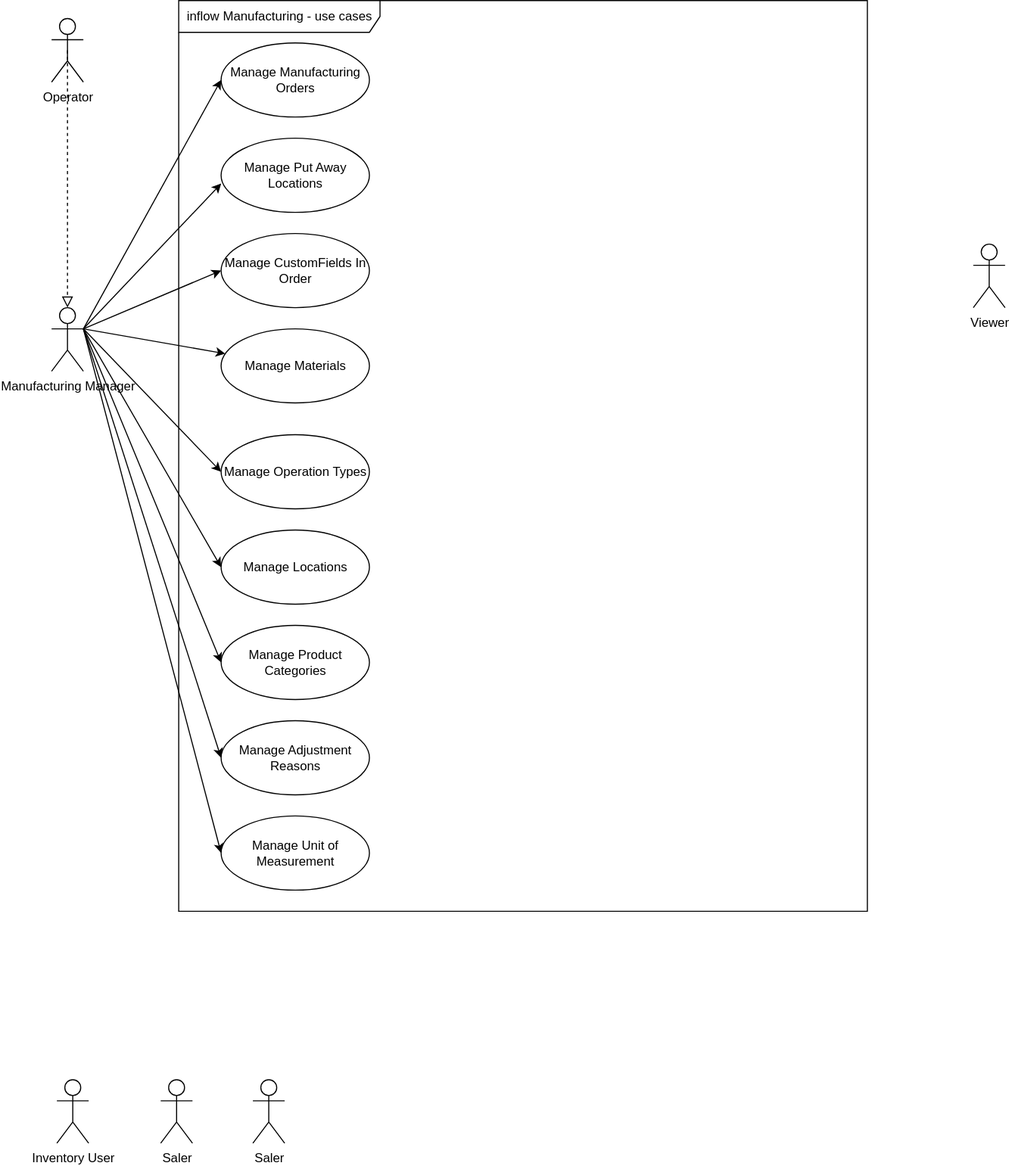
Earlier version of the draw.io export Document/inflowManufacturing/inFlowManufacturing_ManufacturingModule.drawio.svg (khoado-dev/YPP4-KhoaDo). Source tidied: cells renumbered, new cells last; positions are measured from the earlier drawing's top-left corner, leaving out a move shared by most shapes.
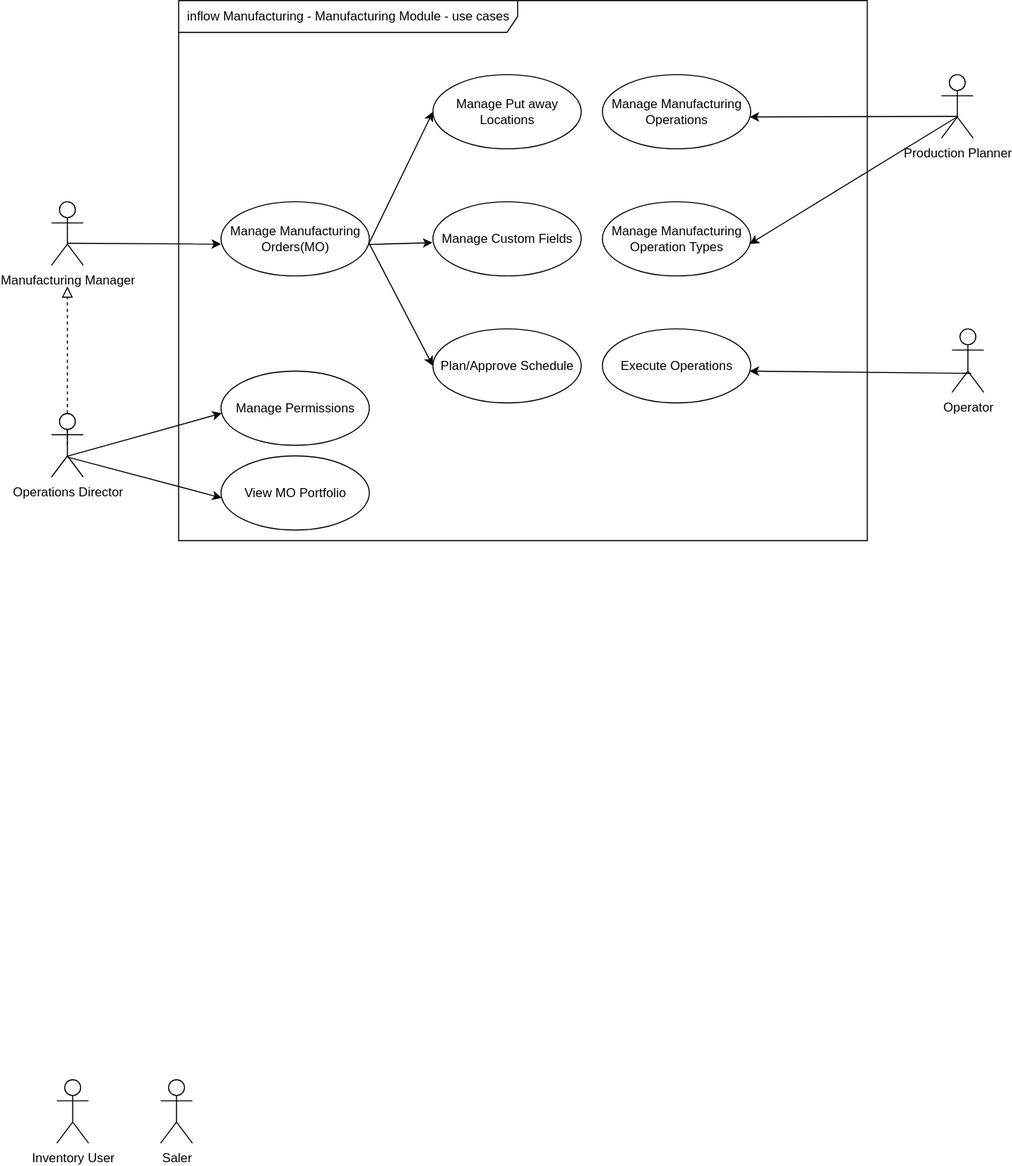
After the commit.

Commit message:
modified: update usecase has 4 roles and 8 usecases

What changed in the source:
```diff
@@ -2,83 +2,85 @@
   <root>
     <mxCell id="0" />
     <mxCell id="1" parent="0" />
-    <mxCell id="2" value="inflow Manufacturing - use cases" style="shape=umlFrame;whiteSpace=wrap;html=1;width=190;height=30;" parent="1" vertex="1">
-      <mxGeometry x="120" width="650" height="860" as="geometry" />
+    <mxCell id="2" value="inflow Manufacturing - Manufacturing Module&lt;span style=&quot;background-color: transparent; color: light-dark(rgb(0, 0, 0), rgb(255, 255, 255));&quot;&gt;&amp;nbsp;- use cases&lt;/span&gt;" style="shape=umlFrame;whiteSpace=wrap;html=1;width=320;height=30;" parent="1" vertex="1">
+      <mxGeometry x="120" width="650" height="510" as="geometry" />
     </mxCell>
-    <mxCell id="3" style="rounded=0;jettySize=auto;html=1;exitX=1;exitY=0.3333333333333333;exitDx=0;exitDy=0;exitPerimeter=0;entryX=0;entryY=0.5;entryDx=0;entryDy=0;" parent="1" edge="1" source="11" target="12">
+    <mxCell id="3" style="rounded=0;jettySize=auto;html=1;exitX=0.508;exitY=0.655;exitDx=0;exitDy=0;exitPerimeter=0;entryX=0.992;entryY=0.57;entryDx=0;entryDy=0;entryPerimeter=0;" parent="1" edge="1" source="21" target="12">
       <mxGeometry relative="1" as="geometry" />
     </mxCell>
-    <mxCell id="4" style="rounded=0;jettySize=auto;html=1;exitX=1;exitY=0.3333333333333333;exitDx=0;exitDy=0;exitPerimeter=0;entryX=0;entryY=0.5;entryDx=0;entryDy=0;" parent="1" edge="1" source="11" target="14">
-      <mxGeometry relative="1" as="geometry" />
-    </mxCell>
-    <mxCell id="5" style="rounded=0;jettySize=auto;html=1;exitX=1;exitY=0.3333333333333333;exitDx=0;exitDy=0;exitPerimeter=0;" parent="1" edge="1" source="11" target="15">
-      <mxGeometry relative="1" as="geometry" />
-    </mxCell>
-    <mxCell id="6" style="rounded=0;jettySize=auto;html=1;exitX=1;exitY=0.3333333333333333;exitDx=0;exitDy=0;exitPerimeter=0;entryX=0;entryY=0.5;entryDx=0;entryDy=0;" parent="1" edge="1" source="11" target="16">
+    <mxCell id="6" style="rounded=0;jettySize=auto;html=1;exitX=0.502;exitY=0.67;exitDx=0;exitDy=0;exitPerimeter=0;entryX=0.005;entryY=0.567;entryDx=0;entryDy=0;entryPerimeter=0;" parent="1" edge="1" source="27" target="28">
       <mxGeometry relative="1" as="geometry" />
     </mxCell>
-    <mxCell id="7" style="rounded=0;jettySize=auto;html=1;exitX=1;exitY=0.3333333333333333;exitDx=0;exitDy=0;exitPerimeter=0;entryX=0;entryY=0.5;entryDx=0;entryDy=0;" parent="1" edge="1" source="11" target="17">
-      <mxGeometry relative="1" as="geometry" />
-    </mxCell>
-    <mxCell id="8" style="rounded=0;jettySize=auto;html=1;exitX=1;exitY=0.3333333333333333;exitDx=0;exitDy=0;exitPerimeter=0;entryX=0;entryY=0.5;entryDx=0;entryDy=0;" parent="1" edge="1" source="11" target="18">
-      <mxGeometry relative="1" as="geometry" />
-    </mxCell>
-    <mxCell id="9" style="rounded=0;jettySize=auto;html=1;exitX=1;exitY=0.3333333333333333;exitDx=0;exitDy=0;exitPerimeter=0;entryX=0;entryY=0.5;entryDx=0;entryDy=0;" parent="1" edge="1" source="11" target="19">
-      <mxGeometry relative="1" as="geometry" />
-    </mxCell>
-    <mxCell id="10" style="rounded=0;jettySize=auto;html=1;exitX=1;exitY=0.3333333333333333;exitDx=0;exitDy=0;exitPerimeter=0;entryX=0;entryY=0.5;entryDx=0;entryDy=0;" parent="1" edge="1" source="11" target="20">
-      <mxGeometry relative="1" as="geometry" />
-    </mxCell>
     <mxCell id="11" value="Manufacturing Manager" style="shape=umlActor;verticalLabelPosition=bottom;verticalAlign=top;html=1;" parent="1" vertex="1">
-      <mxGeometry y="290" width="30" height="60" as="geometry" />
+      <mxGeometry y="190" width="30" height="60" as="geometry" />
     </mxCell>
-    <mxCell id="12" value="&lt;div&gt;Manage Manufacturing Orders&lt;/div&gt;" style="ellipse;whiteSpace=wrap;html=1;" parent="1" vertex="1">
-      <mxGeometry x="160" y="40" width="140" height="70" as="geometry" />
+    <mxCell id="12" value="&lt;div&gt;Manage&amp;nbsp;Manufacturing  Operations&lt;/div&gt;" style="ellipse;whiteSpace=wrap;html=1;" parent="1" vertex="1">
+      <mxGeometry x="520" y="70" width="140" height="70" as="geometry" />
     </mxCell>
-    <mxCell id="13" value="&lt;div&gt;Manage Put Away Locations&lt;/div&gt;" style="ellipse;whiteSpace=wrap;html=1;" parent="1" vertex="1">
-      <mxGeometry x="160" y="130" width="140" height="70" as="geometry" />
-    </mxCell>
-    <mxCell id="14" value="&lt;div&gt;Manage CustomFields In Order&lt;/div&gt;" style="ellipse;whiteSpace=wrap;html=1;" parent="1" vertex="1">
-      <mxGeometry x="160" y="220" width="140" height="70" as="geometry" />
-    </mxCell>
-    <mxCell id="15" value="&lt;div&gt;Manage Materials&lt;/div&gt;" style="ellipse;whiteSpace=wrap;html=1;" parent="1" vertex="1">
-      <mxGeometry x="160" y="310" width="140" height="70" as="geometry" />
-    </mxCell>
-    <mxCell id="16" value="&lt;div&gt;Manage Operation Types&lt;/div&gt;" style="ellipse;whiteSpace=wrap;html=1;" parent="1" vertex="1">
-      <mxGeometry x="160" y="410" width="140" height="70" as="geometry" />
-    </mxCell>
-    <mxCell id="17" value="&lt;div&gt;Manage Locations&lt;/div&gt;" style="ellipse;whiteSpace=wrap;html=1;" parent="1" vertex="1">
-      <mxGeometry x="160" y="500" width="140" height="70" as="geometry" />
-    </mxCell>
-    <mxCell id="18" value="&lt;div&gt;Manage Product Categories&lt;/div&gt;" style="ellipse;whiteSpace=wrap;html=1;" parent="1" vertex="1">
-      <mxGeometry x="160" y="590" width="140" height="70" as="geometry" />
-    </mxCell>
-    <mxCell id="19" value="&lt;div&gt;Manage Adjustment Reasons&lt;/div&gt;" style="ellipse;whiteSpace=wrap;html=1;" parent="1" vertex="1">
-      <mxGeometry x="160" y="680" width="140" height="70" as="geometry" />
-    </mxCell>
-    <mxCell id="20" value="&lt;div&gt;Manage Unit of Measurement&lt;/div&gt;" style="ellipse;whiteSpace=wrap;html=1;" parent="1" vertex="1">
-      <mxGeometry x="160" y="770" width="140" height="70" as="geometry" />
-    </mxCell>
-    <mxCell id="21" value="Viewer" style="shape=umlActor;verticalLabelPosition=bottom;verticalAlign=top;html=1;" parent="1" vertex="1">
-      <mxGeometry x="870" y="230" width="30" height="60" as="geometry" />
+    <mxCell id="21" value="Production Planner" style="shape=umlActor;verticalLabelPosition=bottom;verticalAlign=top;html=1;" parent="1" vertex="1">
+      <mxGeometry x="840" y="70" width="30" height="60" as="geometry" />
     </mxCell>
-    <mxCell id="22" style="rounded=0;jettySize=auto;html=1;exitX=1;exitY=0.3333333333333333;exitDx=0;exitDy=0;exitPerimeter=0;entryX=0.001;entryY=0.611;entryDx=0;entryDy=0;entryPerimeter=0;" parent="1" edge="1" source="11" target="13">
-      <mxGeometry relative="1" as="geometry" />
-    </mxCell>
     <mxCell id="23" value="Inventory User" style="shape=umlActor;verticalLabelPosition=bottom;verticalAlign=top;html=1;" parent="1" vertex="1">
       <mxGeometry x="5" y="1019" width="30" height="60" as="geometry" />
     </mxCell>
     <mxCell id="24" value="Saler" style="shape=umlActor;verticalLabelPosition=bottom;verticalAlign=top;html=1;" parent="1" vertex="1">
       <mxGeometry x="103" y="1019" width="30" height="60" as="geometry" />
     </mxCell>
-    <mxCell id="25" value="Saler" style="shape=umlActor;verticalLabelPosition=bottom;verticalAlign=top;html=1;" parent="1" vertex="1">
-      <mxGeometry x="190" y="1019" width="30" height="60" as="geometry" />
-    </mxCell>
-    <mxCell id="26" style="endArrow=block;startArrow=none;endFill=0;startFill=0;endSize=8;html=1;verticalAlign=bottom;dashed=1;labelBackgroundColor=none;rounded=0;exitX=0.5;exitY=0.5;exitDx=0;exitDy=0;exitPerimeter=0;entryX=0.5;entryY=0;entryDx=0;entryDy=0;entryPerimeter=0;" parent="1" edge="1" source="27" target="11">
-      <mxGeometry relative="1" as="geometry" />
+    <mxCell id="26" style="endArrow=block;startArrow=none;endFill=0;startFill=0;endSize=8;html=1;verticalAlign=bottom;dashed=1;labelBackgroundColor=none;rounded=0;exitX=0.5;exitY=0.5;exitDx=0;exitDy=0;exitPerimeter=0;" parent="1" edge="1" source="27">
+      <mxGeometry relative="1" as="geometry">
+        <mxPoint x="15" y="270" as="targetPoint" />
+      </mxGeometry>
     </mxCell>
-    <mxCell id="27" value="Operator" style="shape=umlActor;verticalLabelPosition=bottom;verticalAlign=top;html=1;" parent="1" vertex="1">
-      <mxGeometry y="17" width="30" height="60" as="geometry" />
+    <mxCell id="27" value="Operations Director" style="shape=umlActor;verticalLabelPosition=bottom;verticalAlign=top;html=1;" parent="1" vertex="1">
+      <mxGeometry y="390" width="30" height="60" as="geometry" />
     </mxCell>
+    <mxCell id="28" value="&lt;div&gt;Manage Permissions&lt;/div&gt;" style="ellipse;whiteSpace=wrap;html=1;" parent="1" vertex="1">
+      <mxGeometry x="160" y="350" width="140" height="70" as="geometry" />
+    </mxCell>
+    <mxCell id="29" style="rounded=0;jettySize=auto;html=1;entryX=0;entryY=0.571;entryDx=0;entryDy=0;exitX=0.492;exitY=0.653;exitDx=0;exitDy=0;exitPerimeter=0;entryPerimeter=0;" parent="1" edge="1" source="11" target="30">
+      <mxGeometry relative="1" as="geometry" />
+    </mxCell>
+    <mxCell id="30" value="&lt;div&gt;Manage Manufacturing Orders(MO)&lt;/div&gt;" style="ellipse;whiteSpace=wrap;html=1;" parent="1" vertex="1">
+      <mxGeometry x="160" y="190" width="140" height="70" as="geometry" />
+    </mxCell>
+    <mxCell id="31" value="&lt;div&gt;Manage Put away Locations&lt;/div&gt;" style="ellipse;whiteSpace=wrap;html=1;" parent="1" vertex="1">
+      <mxGeometry x="360" y="70" width="140" height="70" as="geometry" />
+    </mxCell>
+    <mxCell id="32" style="rounded=0;jettySize=auto;html=1;entryX=0;entryY=0.5;entryDx=0;entryDy=0;exitX=1;exitY=0.554;exitDx=0;exitDy=0;exitPerimeter=0;" parent="1" edge="1" source="30" target="31">
+      <mxGeometry relative="1" as="geometry" />
+    </mxCell>
+    <mxCell id="33" style="rounded=0;jettySize=auto;html=1;entryX=-0.003;entryY=0.552;entryDx=0;entryDy=0;exitX=0.996;exitY=0.577;exitDx=0;exitDy=0;exitPerimeter=0;entryPerimeter=0;" parent="1" edge="1" source="30" target="34">
+      <mxGeometry relative="1" as="geometry" />
+    </mxCell>
+    <mxCell id="34" value="&lt;div&gt;Manage Custom Fields&lt;/div&gt;" style="ellipse;whiteSpace=wrap;html=1;" parent="1" vertex="1">
+      <mxGeometry x="360" y="190" width="140" height="70" as="geometry" />
+    </mxCell>
+    <mxCell id="35" value="&lt;div&gt;Plan/Approve Schedule&lt;/div&gt;" style="ellipse;whiteSpace=wrap;html=1;" parent="1" vertex="1">
+      <mxGeometry x="360" y="310" width="140" height="70" as="geometry" />
+    </mxCell>
+    <mxCell id="36" style="rounded=0;jettySize=auto;html=1;entryX=0;entryY=0.5;entryDx=0;entryDy=0;exitX=0.998;exitY=0.56;exitDx=0;exitDy=0;exitPerimeter=0;" parent="1" edge="1" source="30" target="35">
+      <mxGeometry relative="1" as="geometry" />
+    </mxCell>
+    <mxCell id="37" value="Operator" style="shape=umlActor;verticalLabelPosition=bottom;verticalAlign=top;html=1;" parent="1" vertex="1">
+      <mxGeometry x="850" y="310" width="30" height="60" as="geometry" />
+    </mxCell>
+    <mxCell id="38" style="rounded=0;jettySize=auto;html=1;exitX=0.603;exitY=0.701;exitDx=0;exitDy=0;exitPerimeter=0;entryX=0.992;entryY=0.57;entryDx=0;entryDy=0;entryPerimeter=0;" parent="1" edge="1" source="37" target="39">
+      <mxGeometry relative="1" as="geometry" />
+    </mxCell>
+    <mxCell id="39" value="&lt;div&gt;Execute Operations&lt;/div&gt;" style="ellipse;whiteSpace=wrap;html=1;" parent="1" vertex="1">
+      <mxGeometry x="520" y="310" width="140" height="70" as="geometry" />
+    </mxCell>
+    <mxCell id="40" style="rounded=0;jettySize=auto;html=1;exitX=0.522;exitY=0.656;exitDx=0;exitDy=0;exitPerimeter=0;entryX=0.992;entryY=0.57;entryDx=0;entryDy=0;entryPerimeter=0;" parent="1" edge="1" source="21" target="41">
+      <mxGeometry relative="1" as="geometry" />
+    </mxCell>
+    <mxCell id="41" value="&lt;div&gt;Manage Manufacturing Operation Types&lt;/div&gt;" style="ellipse;whiteSpace=wrap;html=1;" parent="1" vertex="1">
+      <mxGeometry x="520" y="190" width="140" height="70" as="geometry" />
+    </mxCell>
+    <mxCell id="42" value="&lt;div&gt;View MO Portfolio&lt;/div&gt;" style="ellipse;whiteSpace=wrap;html=1;" parent="1" vertex="1">
+      <mxGeometry x="160" y="430" width="140" height="70" as="geometry" />
+    </mxCell>
+    <mxCell id="43" style="rounded=0;jettySize=auto;html=1;exitX=0.508;exitY=0.686;exitDx=0;exitDy=0;exitPerimeter=0;entryX=0.005;entryY=0.567;entryDx=0;entryDy=0;entryPerimeter=0;" parent="1" edge="1" source="27" target="42">
+      <mxGeometry relative="1" as="geometry" />
+    </mxCell>
   </root>
 </mxGraphModel>
```
